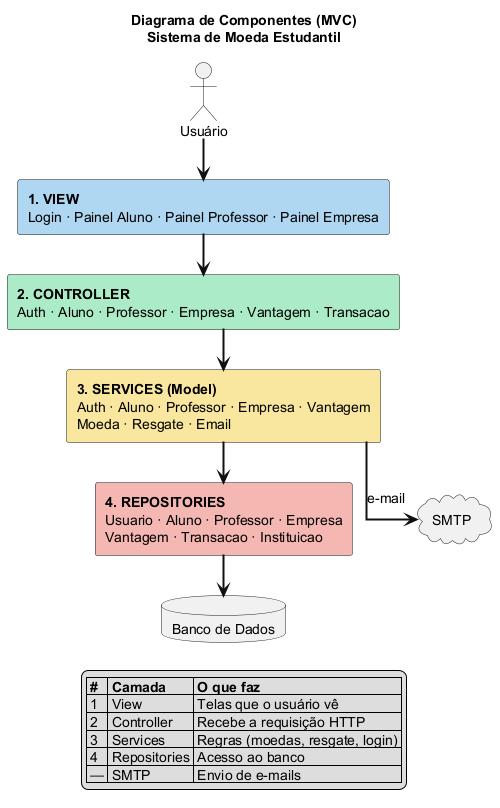
Before: docs/sprint1/images/diagrama-componentes.png, a diagram exported from PlantUML (pedroccarv/moeda-estudantil).
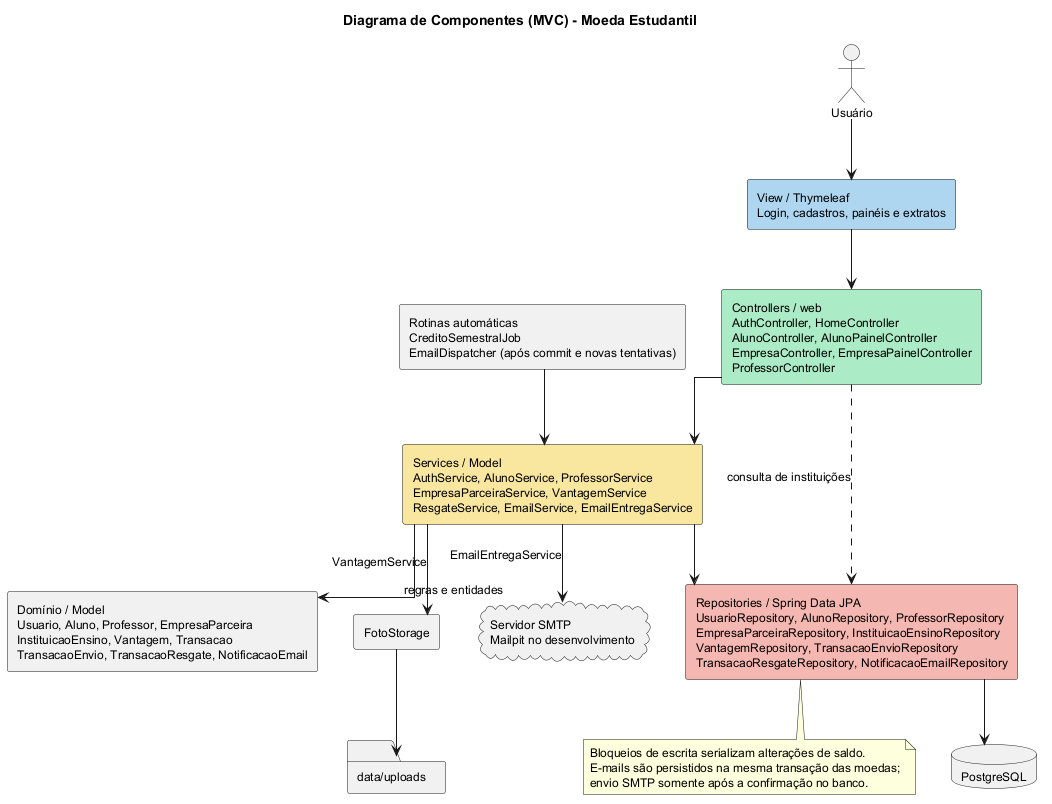
After the change.

Change to the diagram source:
```diff
@@ -1,39 +1,36 @@
 @startuml diagrama-componentes
 skinparam shadowing false
 skinparam linetype ortho
-skinparam ranksep 40
-skinparam defaultFontSize 14
-skinparam ArrowColor #111111
-skinparam ArrowThickness 2
+skinparam componentStyle rectangle
+skinparam defaultFontSize 12
+top to bottom direction
 
-title Diagrama de Componentes (MVC)\nSistema de Moeda Estudantil
-
-together {
-  actor "Usuário" as U
-
-  rectangle "<b>1. VIEW</b>\nLogin · Painel Aluno · Painel Professor · Painel Empresa" as V #AED6F1
-  rectangle "<b>2. CONTROLLER</b>\nAuth · Aluno · Professor · Empresa · Vantagem · Transacao" as C #ABEBC6
-  rectangle "<b>3. SERVICES (Model)</b>\nAuth · Aluno · Professor · Empresa · Vantagem\nMoeda · Resgate · Email" as S #F9E79F
-  rectangle "<b>4. REPOSITORIES</b>\nUsuario · Aluno · Professor · Empresa\nVantagem · Transacao · Instituicao" as R #F5B7B1
-  database "Banco de Dados" as DB
-}
-
-cloud "SMTP" as M
-
+title Diagrama de Componentes (MVC) - Moeda Estudantil
+actor "Usuário" as U
+component "View / Thymeleaf\nLogin, cadastros, painéis e extratos" as V #AED6F1
+component "Controllers / web\nAuthController, HomeController\nAlunoController, AlunoPainelController\nEmpresaController, EmpresaPainelController\nProfessorController" as C #ABEBC6
+component "Services / Model\nAuthService, AlunoService, ProfessorService\nEmpresaParceiraService, VantagemService\nResgateService, EmailService, EmailEntregaService" as S #F9E79F
+component "Domínio / Model\nUsuario, Aluno, Professor, EmpresaParceira\nInstituicaoEnsino, Vantagem, Transacao\nTransacaoEnvio, TransacaoResgate, NotificacaoEmail" as D
+component "Repositories / Spring Data JPA\nUsuarioRepository, AlunoRepository, ProfessorRepository\nEmpresaParceiraRepository, InstituicaoEnsinoRepository\nVantagemRepository, TransacaoEnvioRepository\nTransacaoResgateRepository, NotificacaoEmailRepository" as R #F5B7B1
+component "Rotinas automáticas\nCreditoSemestralJob\nEmailDispatcher (após commit e novas tentativas)" as J
+component "FotoStorage" as F
+folder "data/uploads" as UP
+database "PostgreSQL" as DB
+cloud "Servidor SMTP\nMailpit no desenvolvimento" as M
 U -down-> V
 V -down-> C
 C -down-> S
+C ..> R : consulta de instituições
 S -down-> R
+S --> D : regras e entidades
 R -down-> DB
-S --> M : e-mail
-
-legend bottom
-  |= # |= Camada |= O que faz |
-  | 1 | View | Telas que o usuário vê |
-  | 2 | Controller | Recebe a requisição HTTP |
-  | 3 | Services | Regras (moedas, resgate, login) |
-  | 4 | Repositories | Acesso ao banco |
-  | — | SMTP | Envio de e-mails |
-endlegend
-
+J --> S
+S --> M : EmailEntregaService
+S --> F : VantagemService
+F --> UP
+note bottom of R
+  Bloqueios de escrita serializam alterações de saldo.
+  E-mails são persistidos na mesma transação das moedas;
+  envio SMTP somente após a confirmação no banco.
+end note
 @enduml
```
